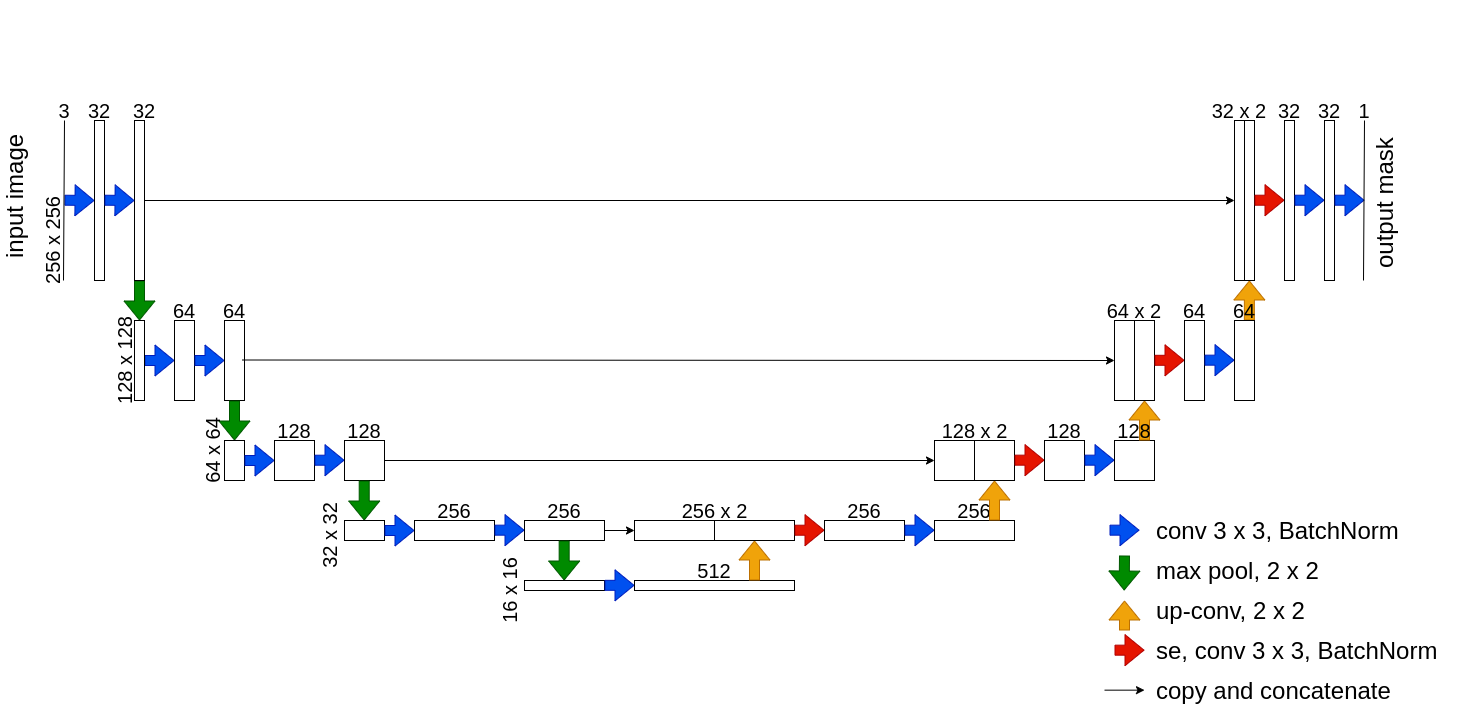
The draw.io diagram Images/SE_UNet.png in TYTTYTTYT/Attention_Based_U-Nets, before a commit. Source tidied: cells renumbered, new cells last; positions are measured from the earlier drawing's top-left corner, leaving out a move shared by most shapes.
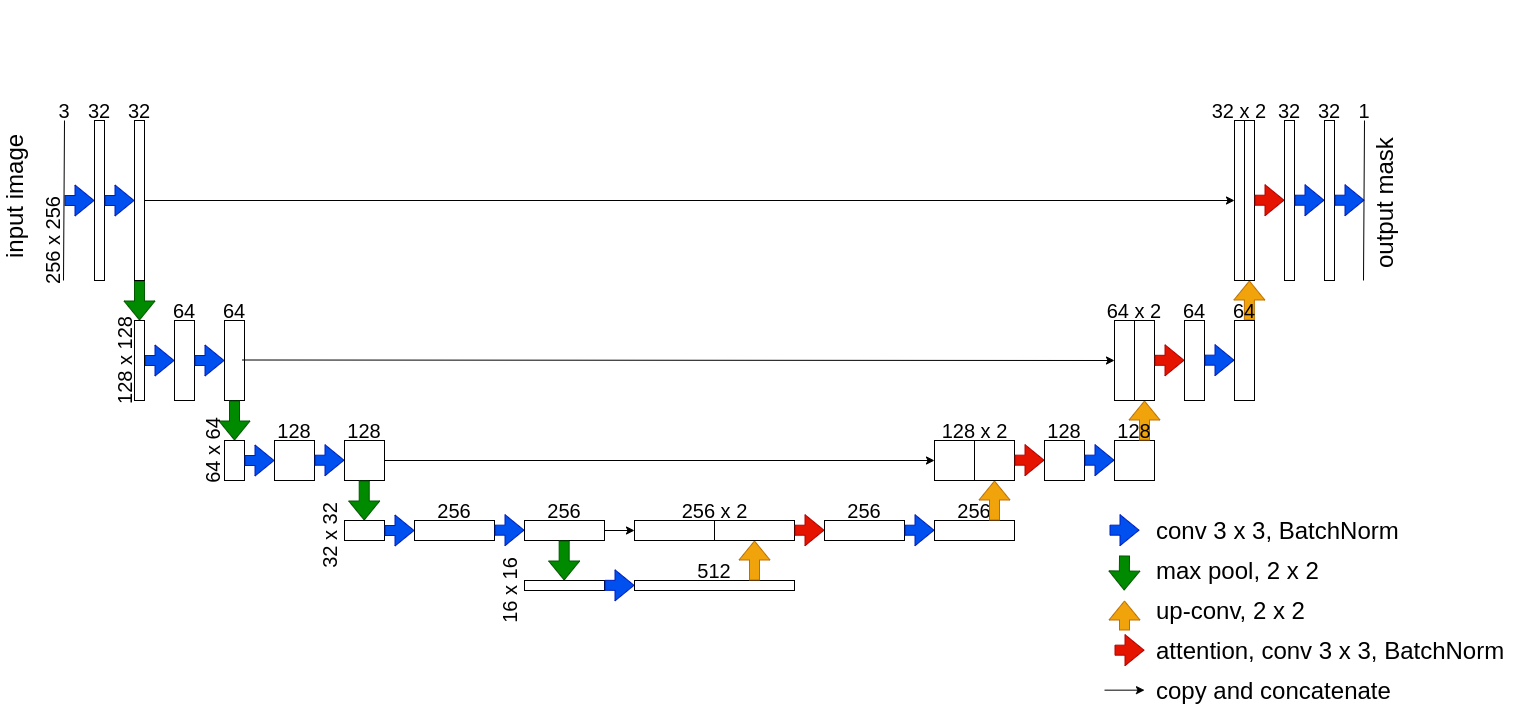
Later version of the same file.

Commit message:
changed the se into attention for the UNet graph

The edit, as a diff of the source:
```diff
@@ -14,10 +14,9 @@
     <mxCell id="4" value="&lt;font color=&quot;#000000&quot; style=&quot;font-size: 20px;&quot;&gt;256 x 256&lt;/font&gt;" style="text;html=1;strokeColor=none;fillColor=none;align=center;verticalAlign=middle;whiteSpace=wrap;rounded=0;rotation=-90;fontSize=20;" parent="1" vertex="1">
       <mxGeometry x="120" y="135" width="95" height="10" as="geometry" />
     </mxCell>
-    <mxCell id="5" style="shape=flexArrow;endArrow=classic;html=1;fillColor=#0050ef;strokeColor=#001DBC;" parent="1" edge="1">
+    <mxCell id="5" style="shape=flexArrow;endArrow=classic;html=1;fillColor=#0050ef;strokeColor=#001DBC;entryX=0;entryY=0.5;entryDx=0;entryDy=0;" parent="1" edge="1" target="6">
       <mxGeometry relative="1" as="geometry">
-        <mxPoint x="180" y="99.7" as="sourcePoint" />
-        <mxPoint x="210" y="100" as="targetPoint" />
+        <mxPoint x="180" y="100" as="sourcePoint" />
       </mxGeometry>
     </mxCell>
     <mxCell id="6" style="rounded=0;whiteSpace=wrap;html=1;strokeColor=#000000;fillColor=none;" parent="1" vertex="1">
@@ -35,7 +34,7 @@
       <mxGeometry x="250" y="220" width="10" height="80" as="geometry" />
     </mxCell>
     <mxCell id="10" value="&lt;font color=&quot;#000000&quot; style=&quot;font-size: 20px;&quot;&gt;32&lt;/font&gt;" style="text;html=1;strokeColor=none;fillColor=none;align=center;verticalAlign=middle;whiteSpace=wrap;rounded=0;fontSize=20;" parent="1" vertex="1">
-      <mxGeometry x="240" width="40" height="20" as="geometry" />
+      <mxGeometry x="235" width="40" height="20" as="geometry" />
     </mxCell>
     <mxCell id="11" style="shape=flexArrow;endArrow=classic;html=1;fillColor=#008a00;strokeColor=#005700;entryX=0.5;entryY=0;entryDx=0;entryDy=0;exitX=0.5;exitY=1;exitDx=0;exitDy=0;" parent="1" edge="1" source="12" target="9">
       <mxGeometry relative="1" as="geometry" />
@@ -54,7 +53,7 @@
     </mxCell>
     <mxCell id="16" style="shape=flexArrow;endArrow=classic;html=1;fillColor=#0050ef;strokeColor=#001DBC;" parent="1" edge="1">
       <mxGeometry relative="1" as="geometry">
-        <mxPoint x="220" y="99.7" as="sourcePoint" />
+        <mxPoint x="220" y="100" as="sourcePoint" />
         <mxPoint x="250" y="100" as="targetPoint" />
       </mxGeometry>
     </mxCell>
@@ -375,8 +374,8 @@
     <mxCell id="98" value="&lt;font color=&quot;#000000&quot; style=&quot;font-size: 24px&quot;&gt;up-conv, 2 x 2&lt;/font&gt;" style="text;html=1;strokeColor=none;fillColor=none;align=left;verticalAlign=middle;whiteSpace=wrap;rounded=0;" parent="1" vertex="1">
       <mxGeometry x="1270" y="500" width="260" height="20" as="geometry" />
     </mxCell>
-    <mxCell id="99" value="&lt;font color=&quot;#000000&quot; style=&quot;font-size: 24px&quot;&gt;se, conv 3 x 3, BatchNorm&lt;/font&gt;" style="text;html=1;strokeColor=none;fillColor=none;align=left;verticalAlign=middle;whiteSpace=wrap;rounded=0;" parent="1" vertex="1">
-      <mxGeometry x="1270" y="540" width="310" height="20" as="geometry" />
+    <mxCell id="99" value="&lt;font color=&quot;#000000&quot; style=&quot;font-size: 24px&quot;&gt;attention, conv 3 x 3, BatchNorm&lt;/font&gt;" style="text;html=1;strokeColor=none;fillColor=none;align=left;verticalAlign=middle;whiteSpace=wrap;rounded=0;" parent="1" vertex="1">
+      <mxGeometry x="1270" y="540" width="380" height="20" as="geometry" />
     </mxCell>
     <mxCell id="100" value="&lt;font color=&quot;#000000&quot;&gt;&lt;span style=&quot;font-size: 24px&quot;&gt;copy and concatenate&lt;/span&gt;&lt;/font&gt;" style="text;html=1;strokeColor=none;fillColor=none;align=left;verticalAlign=middle;whiteSpace=wrap;rounded=0;" parent="1" vertex="1">
       <mxGeometry x="1270" y="580" width="310" height="20" as="geometry" />
@@ -387,5 +386,8 @@
     <mxCell id="102" value="&lt;font color=&quot;#000000&quot;&gt;&lt;span style=&quot;font-size: 24px&quot;&gt;input image&lt;/span&gt;&lt;/font&gt;" style="text;html=1;strokeColor=none;fillColor=none;align=left;verticalAlign=middle;whiteSpace=wrap;rounded=0;rotation=-90;" parent="1" vertex="1">
       <mxGeometry y="20" width="260" height="20" as="geometry" />
     </mxCell>
+    <mxCell id="103" style="edgeStyle=orthogonalEdgeStyle;rounded=0;orthogonalLoop=1;jettySize=auto;html=1;exitX=0.5;exitY=1;exitDx=0;exitDy=0;fontSize=20;strokeColor=#000000;" parent="1" edge="1" source="10" target="10">
+      <mxGeometry relative="1" as="geometry" />
+    </mxCell>
   </root>
 </mxGraphModel>
```
